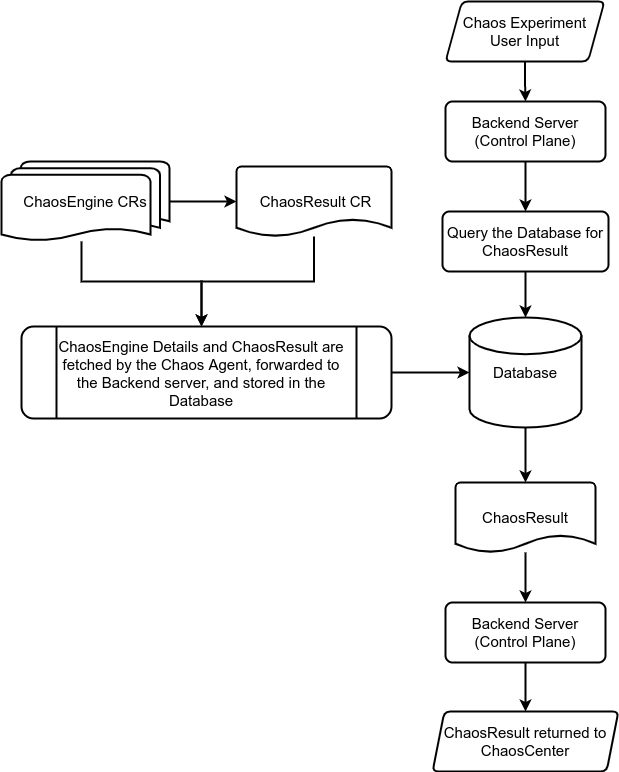
The draw.io diagram website/versioned_docs/version-2.2.0/assets/chaos-observability-flow-summarisation.png in litmuschaos/litmus-docs, before a commit. Source tidied: cells renumbered, new cells last; positions are measured from the earlier drawing's top-left corner, leaving out a move shared by most shapes.
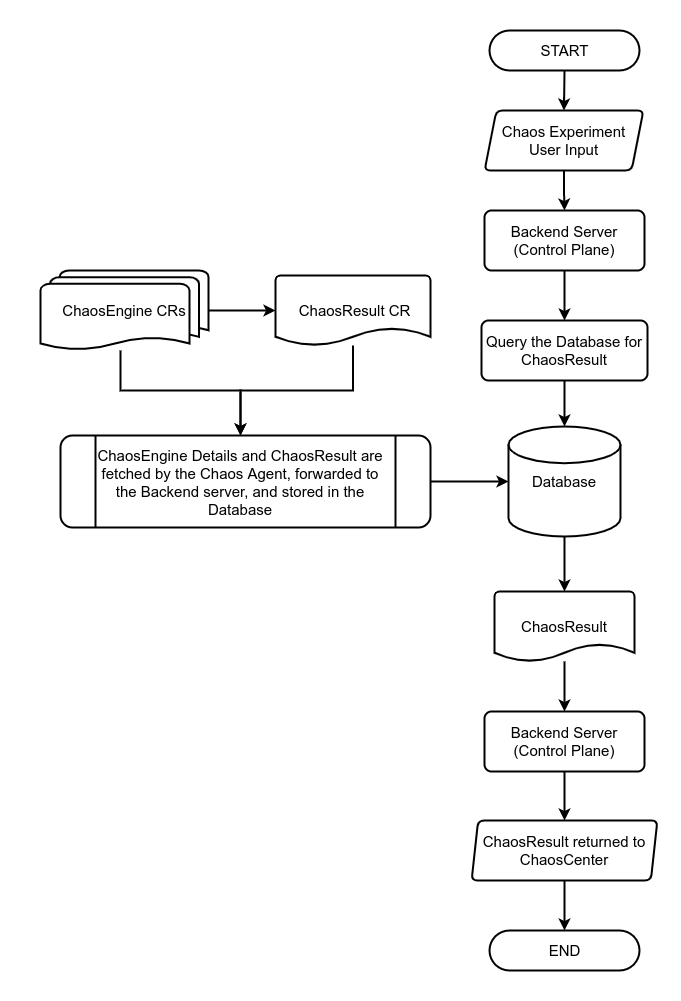
The same file after the commit.

The edit, as a diff of the source:
```diff
@@ -2,10 +2,13 @@
   <root>
     <mxCell id="0" />
     <mxCell id="1" parent="0" />
+    <mxCell id="23" style="rounded=0;whiteSpace=wrap;html=1;strokeColor=none;" parent="1" vertex="1">
+      <mxGeometry x="-40" y="-110" width="680" height="1000" as="geometry" />
+    </mxCell>
     <mxCell id="2" style="edgeStyle=orthogonalEdgeStyle;rounded=0;jettySize=auto;html=1;exitX=0.5;exitY=1;exitDx=0;exitDy=0;entryX=0.5;entryY=0;entryDx=0;entryDy=0;fontSize=15;strokeWidth=2;" parent="1" edge="1" source="3" target="5">
       <mxGeometry relative="1" as="geometry" />
     </mxCell>
-    <mxCell id="3" value="Chaos Experiment User Input" style="shape=parallelogram;html=1;strokeWidth=2;perimeter=parallelogramPerimeter;whiteSpace=wrap;rounded=1;arcSize=12;size=0.10344827586206896;fontSize=15;" parent="1" vertex="1">
+    <mxCell id="3" value="Chaos Experiment User Input" style="shape=parallelogram;html=1;strokeWidth=2;perimeter=parallelogramPerimeter;whiteSpace=wrap;rounded=1;arcSize=12;size=0.07547169811320756;fontSize=15;" parent="1" vertex="1">
       <mxGeometry x="444" width="159" height="60" as="geometry" />
     </mxCell>
     <mxCell id="4" style="edgeStyle=orthogonalEdgeStyle;rounded=0;jettySize=auto;html=1;exitX=0.5;exitY=1;exitDx=0;exitDy=0;entryX=0.5;entryY=0;entryDx=0;entryDy=0;fontSize=15;strokeWidth=2;" parent="1" edge="1" source="5" target="17">
@@ -32,7 +35,10 @@
     <mxCell id="11" value="Backend Server (Control Plane)" style="rounded=1;whiteSpace=wrap;html=1;absoluteArcSize=1;arcSize=14;strokeWidth=2;fontSize=15;" parent="1" vertex="1">
       <mxGeometry x="444" y="601" width="160" height="60" as="geometry" />
     </mxCell>
+    <mxCell id="24" style="edgeStyle=none;curved=1;rounded=0;jettySize=auto;html=1;exitX=0.5;exitY=1;exitDx=0;exitDy=0;entryX=0.5;entryY=0.5;entryDx=0;entryDy=-20;entryPerimeter=0;endArrow=classic;endFill=1;sourcePerimeterSpacing=8;targetPerimeterSpacing=8;strokeWidth=2;" parent="1" edge="1" source="12" target="27">
+      <mxGeometry relative="1" as="geometry" />
+    </mxCell>
-    <mxCell id="12" value="ChaosResult returned to ChaosCenter" style="shape=parallelogram;html=1;strokeWidth=2;perimeter=parallelogramPerimeter;whiteSpace=wrap;rounded=1;arcSize=12;size=0.06451612903225806;fontSize=15;" parent="1" vertex="1">
+    <mxCell id="12" value="ChaosResult returned to ChaosCenter" style="shape=parallelogram;html=1;strokeWidth=2;perimeter=parallelogramPerimeter;whiteSpace=wrap;rounded=1;arcSize=12;size=0.03629032258064516;fontSize=15;" parent="1" vertex="1">
       <mxGeometry x="431" y="710" width="186" height="60" as="geometry" />
     </mxCell>
     <mxCell id="13" style="edgeStyle=orthogonalEdgeStyle;rounded=0;jettySize=auto;html=1;exitX=1;exitY=0.5;exitDx=0;exitDy=0;entryX=0;entryY=0.5;entryDx=0;entryDy=0;entryPerimeter=0;strokeWidth=2;" parent="1" edge="1" source="14" target="7">
@@ -75,5 +81,14 @@
     <mxCell id="22" value="&lt;span style=&quot;font-size: 15px&quot;&gt;ChaosEngine CRs&lt;/span&gt;" style="strokeWidth=2;html=1;shape=mxgraph.flowchart.multi-document;whiteSpace=wrap;" parent="1" vertex="1">
       <mxGeometry y="160" width="168" height="80" as="geometry" />
     </mxCell>
+    <mxCell id="25" style="edgeStyle=none;curved=1;rounded=0;jettySize=auto;html=1;exitX=0.5;exitY=0.5;exitDx=0;exitDy=20;exitPerimeter=0;entryX=0.5;entryY=0;entryDx=0;entryDy=0;endArrow=classic;sourcePerimeterSpacing=8;targetPerimeterSpacing=8;endFill=1;strokeWidth=2;" parent="1" edge="1" source="26" target="3">
+      <mxGeometry relative="1" as="geometry" />
+    </mxCell>
+    <mxCell id="26" value="&lt;font style=&quot;font-size: 15px&quot;&gt;START&lt;/font&gt;" style="html=1;dashed=0;whitespace=wrap;shape=mxgraph.dfd.start;hachureGap=4;strokeWidth=2;" parent="1" vertex="1">
+      <mxGeometry x="449" y="-80" width="150" height="40" as="geometry" />
+    </mxCell>
+    <mxCell id="27" value="&lt;font style=&quot;font-size: 15px&quot;&gt;END&lt;/font&gt;" style="html=1;dashed=0;whitespace=wrap;shape=mxgraph.dfd.start;hachureGap=4;strokeWidth=2;" parent="1" vertex="1">
+      <mxGeometry x="449" y="820" width="150" height="40" as="geometry" />
+    </mxCell>
   </root>
 </mxGraphModel>
```
